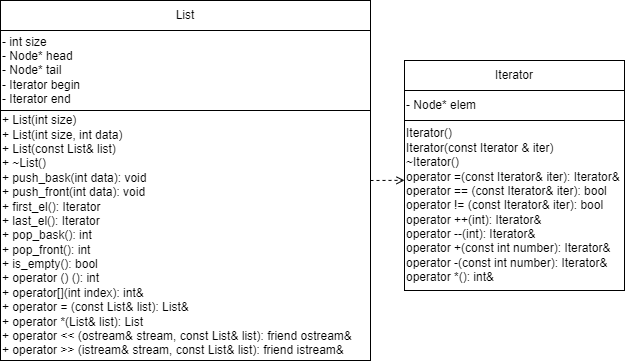
This is class_9/uml_9-3.drawio.png from SonyAkb/Laboratory-works-for-the-2-semester, a draw.io export, as it was before one commit. Source tidied: cells renumbered, new cells last; positions are measured from the earlier drawing's top-left corner, leaving out a move shared by most shapes.
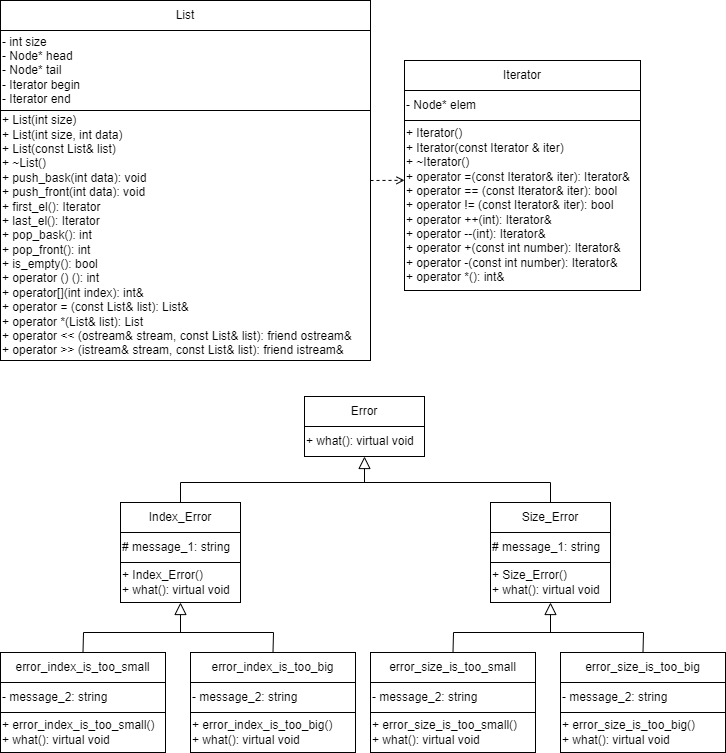
The same file after the commit.

Change to the diagram source:
```diff
@@ -12,18 +12,117 @@
       <mxGeometry y="110" width="370" height="250" as="geometry" />
     </mxCell>
     <mxCell id="5" value="Iterator" style="rounded=0;whiteSpace=wrap;html=1;" parent="1" vertex="1">
-      <mxGeometry x="404" y="60" width="220" height="30" as="geometry" />
+      <mxGeometry x="404" y="60" width="236" height="30" as="geometry" />
     </mxCell>
     <mxCell id="6" value="&lt;div&gt;-&amp;nbsp;&lt;span style=&quot;background-color: initial;&quot;&gt;Node* elem&lt;/span&gt;&lt;/div&gt;" style="rounded=0;whiteSpace=wrap;html=1;align=left;" parent="1" vertex="1">
-      <mxGeometry x="404" y="90" width="220" height="30" as="geometry" />
+      <mxGeometry x="404" y="90" width="236" height="30" as="geometry" />
     </mxCell>
-    <mxCell id="7" value="&lt;div&gt;Iterator()&lt;/div&gt;&lt;div&gt;Iterator(const Iterator &amp;amp; iter)&lt;/div&gt;&lt;div&gt;~Iterator()&amp;nbsp;&lt;/div&gt;&lt;div&gt;operator =(const Iterator&amp;amp; iter):&amp;nbsp;&lt;span style=&quot;background-color: initial;&quot;&gt;Iterator&amp;amp;&lt;/span&gt;&lt;span style=&quot;background-color: initial;&quot;&gt;&amp;nbsp;&lt;/span&gt;&lt;/div&gt;&lt;div&gt;operator == (const Iterator&amp;amp; iter):&amp;nbsp;&lt;span style=&quot;background-color: initial;&quot;&gt;bool&lt;/span&gt;&lt;span style=&quot;background-color: initial;&quot;&gt;&amp;nbsp;&lt;/span&gt;&lt;/div&gt;&lt;div&gt;operator != (const Iterator&amp;amp; iter):&amp;nbsp;&lt;span style=&quot;background-color: initial;&quot;&gt;bool&lt;/span&gt;&lt;span style=&quot;background-color: initial;&quot;&gt;&amp;nbsp;&lt;/span&gt;&lt;/div&gt;&lt;div&gt;operator ++(int):&amp;nbsp;&lt;span style=&quot;background-color: initial;&quot;&gt;Iterator&amp;amp;&lt;/span&gt;&lt;span style=&quot;background-color: initial;&quot;&gt;&amp;nbsp;&lt;/span&gt;&lt;/div&gt;&lt;div&gt;operator --(int):&amp;nbsp;&lt;span style=&quot;background-color: initial;&quot;&gt;Iterator&amp;amp;&lt;/span&gt;&lt;span style=&quot;background-color: initial;&quot;&gt;&amp;nbsp;&lt;/span&gt;&lt;/div&gt;&lt;div&gt;operator +(const int number):&amp;nbsp;&lt;span style=&quot;background-color: initial;&quot;&gt;Iterator&amp;amp;&lt;/span&gt;&lt;span style=&quot;background-color: initial;&quot;&gt;&amp;nbsp;&lt;/span&gt;&lt;/div&gt;&lt;div&gt;operator -(const int number):&amp;nbsp;&lt;span style=&quot;background-color: initial;&quot;&gt;Iterator&amp;amp;&lt;/span&gt;&lt;span style=&quot;background-color: initial;&quot;&gt;&amp;nbsp;&lt;/span&gt;&lt;/div&gt;&lt;div&gt;operator *():&amp;nbsp;&lt;span style=&quot;background-color: initial;&quot;&gt;int&amp;amp;&lt;/span&gt;&lt;span style=&quot;background-color: initial;&quot;&gt;&amp;nbsp;&lt;/span&gt;&lt;/div&gt;" style="rounded=0;whiteSpace=wrap;html=1;align=left;" parent="1" vertex="1">
-      <mxGeometry x="404" y="120" width="220" height="170" as="geometry" />
+    <mxCell id="7" value="&lt;div&gt;+ Iterator()&lt;/div&gt;&lt;div&gt;+ Iterator(const Iterator &amp;amp; iter)&lt;/div&gt;&lt;div&gt;+ ~Iterator()&amp;nbsp;&lt;/div&gt;&lt;div&gt;+ operator =(const Iterator&amp;amp; iter):&amp;nbsp;&lt;span style=&quot;background-color: initial;&quot;&gt;Iterator&amp;amp;&lt;/span&gt;&lt;span style=&quot;background-color: initial;&quot;&gt;&amp;nbsp;&lt;/span&gt;&lt;/div&gt;&lt;div&gt;+ operator == (const Iterator&amp;amp; iter):&amp;nbsp;&lt;span style=&quot;background-color: initial;&quot;&gt;bool&lt;/span&gt;&lt;span style=&quot;background-color: initial;&quot;&gt;&amp;nbsp;&lt;/span&gt;&lt;/div&gt;&lt;div&gt;+ operator != (const Iterator&amp;amp; iter):&amp;nbsp;&lt;span style=&quot;background-color: initial;&quot;&gt;bool&lt;/span&gt;&lt;span style=&quot;background-color: initial;&quot;&gt;&amp;nbsp;&lt;/span&gt;&lt;/div&gt;&lt;div&gt;+ operator ++(int):&amp;nbsp;&lt;span style=&quot;background-color: initial;&quot;&gt;Iterator&amp;amp;&lt;/span&gt;&lt;span style=&quot;background-color: initial;&quot;&gt;&amp;nbsp;&lt;/span&gt;&lt;/div&gt;&lt;div&gt;+ operator --(int):&amp;nbsp;&lt;span style=&quot;background-color: initial;&quot;&gt;Iterator&amp;amp;&lt;/span&gt;&lt;span style=&quot;background-color: initial;&quot;&gt;&amp;nbsp;&lt;/span&gt;&lt;/div&gt;&lt;div&gt;+ operator +(const int number):&amp;nbsp;&lt;span style=&quot;background-color: initial;&quot;&gt;Iterator&amp;amp;&lt;/span&gt;&lt;span style=&quot;background-color: initial;&quot;&gt;&amp;nbsp;&lt;/span&gt;&lt;/div&gt;&lt;div&gt;+ operator -(const int number):&amp;nbsp;&lt;span style=&quot;background-color: initial;&quot;&gt;Iterator&amp;amp;&lt;/span&gt;&lt;span style=&quot;background-color: initial;&quot;&gt;&amp;nbsp;&lt;/span&gt;&lt;/div&gt;&lt;div&gt;+ operator *():&amp;nbsp;&lt;span style=&quot;background-color: initial;&quot;&gt;int&amp;amp;&lt;/span&gt;&lt;span style=&quot;background-color: initial;&quot;&gt;&amp;nbsp;&lt;/span&gt;&lt;/div&gt;" style="rounded=0;whiteSpace=wrap;html=1;align=left;" parent="1" vertex="1">
+      <mxGeometry x="404" y="120" width="236" height="170" as="geometry" />
     </mxCell>
     <mxCell id="8" style="endArrow=open;html=1;rounded=0;dashed=1;endFill=0;entryX=0;entryY=0.352;entryDx=0;entryDy=0;entryPerimeter=0;" parent="1" edge="1" target="7">
       <mxGeometry relative="1" as="geometry">
         <mxPoint x="370" y="180" as="sourcePoint" />
       </mxGeometry>
     </mxCell>
+    <mxCell id="9" value="Error" style="rounded=0;whiteSpace=wrap;html=1;" parent="1" vertex="1">
+      <mxGeometry x="304" y="396" width="120" height="30" as="geometry" />
+    </mxCell>
+    <mxCell id="10" value="&lt;div&gt;+ what():&amp;nbsp;&lt;span style=&quot;background-color: initial;&quot;&gt;virtual void&lt;/span&gt;&lt;span style=&quot;background-color: initial;&quot;&gt;&amp;nbsp;&lt;/span&gt;&lt;/div&gt;" style="rounded=0;whiteSpace=wrap;html=1;align=left;" parent="1" vertex="1">
+      <mxGeometry x="304" y="426" width="120" height="30" as="geometry" />
+    </mxCell>
+    <mxCell id="11" value="Index_Error" style="rounded=0;whiteSpace=wrap;html=1;" parent="1" vertex="1">
+      <mxGeometry x="120" y="502" width="120" height="30" as="geometry" />
+    </mxCell>
+    <mxCell id="12" value="# message_1: string&amp;nbsp;" style="rounded=0;whiteSpace=wrap;html=1;align=left;" parent="1" vertex="1">
+      <mxGeometry x="120" y="532" width="120" height="30" as="geometry" />
+    </mxCell>
+    <mxCell id="13" value="+&amp;nbsp;Index_Error()&lt;div&gt;+ what():&amp;nbsp;&lt;span style=&quot;background-color: initial;&quot;&gt;virtual void&lt;/span&gt;&lt;span style=&quot;background-color: initial;&quot;&gt;&amp;nbsp;&lt;/span&gt;&lt;/div&gt;" style="rounded=0;whiteSpace=wrap;html=1;align=left;" parent="1" vertex="1">
+      <mxGeometry x="120" y="562" width="120" height="40" as="geometry" />
+    </mxCell>
+    <mxCell id="14" value="error_index_is_too_small" style="rounded=0;whiteSpace=wrap;html=1;" parent="1" vertex="1">
+      <mxGeometry y="652" width="165" height="30" as="geometry" />
+    </mxCell>
+    <mxCell id="15" value="- message_2: string&amp;nbsp;" style="rounded=0;whiteSpace=wrap;html=1;align=left;" parent="1" vertex="1">
+      <mxGeometry y="682" width="165" height="30" as="geometry" />
+    </mxCell>
+    <mxCell id="16" value="+&amp;nbsp;error_index_is_too_small()&lt;div&gt;+ what():&amp;nbsp;&lt;span style=&quot;background-color: initial;&quot;&gt;virtual void&lt;/span&gt;&lt;span style=&quot;background-color: initial;&quot;&gt;&amp;nbsp;&lt;/span&gt;&lt;/div&gt;" style="rounded=0;whiteSpace=wrap;html=1;align=left;" parent="1" vertex="1">
+      <mxGeometry y="712" width="165" height="40" as="geometry" />
+    </mxCell>
+    <mxCell id="17" value="error_index_is_too_big" style="rounded=0;whiteSpace=wrap;html=1;" parent="1" vertex="1">
+      <mxGeometry x="190" y="652" width="165" height="30" as="geometry" />
+    </mxCell>
+    <mxCell id="18" value="- message_2: string&amp;nbsp;" style="rounded=0;whiteSpace=wrap;html=1;align=left;" parent="1" vertex="1">
+      <mxGeometry x="190" y="682" width="165" height="30" as="geometry" />
+    </mxCell>
+    <mxCell id="19" value="+&amp;nbsp;error_index_is_too_big()&lt;div&gt;+ what():&amp;nbsp;&lt;span style=&quot;background-color: initial;&quot;&gt;virtual void&lt;/span&gt;&lt;span style=&quot;background-color: initial;&quot;&gt;&amp;nbsp;&lt;/span&gt;&lt;/div&gt;" style="rounded=0;whiteSpace=wrap;html=1;align=left;" parent="1" vertex="1">
+      <mxGeometry x="190" y="712" width="165" height="40" as="geometry" />
+    </mxCell>
+    <mxCell id="20" style="endArrow=none;html=1;rounded=0;exitX=0.5;exitY=0;exitDx=0;exitDy=0;entryX=0.5;entryY=0;entryDx=0;entryDy=0;" parent="1" edge="1" source="14" target="17">
+      <mxGeometry relative="1" as="geometry">
+        <Array as="points">
+          <mxPoint x="83" y="632" />
+          <mxPoint x="273" y="632" />
+        </Array>
+      </mxGeometry>
+    </mxCell>
+    <mxCell id="21" style="endArrow=block;html=1;rounded=0;endFill=0;startSize=6;endSize=10;entryX=0.5;entryY=1;entryDx=0;entryDy=0;" parent="1" edge="1" target="13">
+      <mxGeometry relative="1" as="geometry">
+        <mxPoint x="180" y="632" as="sourcePoint" />
+      </mxGeometry>
+    </mxCell>
+    <mxCell id="22" value="Size_Error" style="rounded=0;whiteSpace=wrap;html=1;" parent="1" vertex="1">
+      <mxGeometry x="490" y="502" width="120" height="30" as="geometry" />
+    </mxCell>
+    <mxCell id="23" value="# message_1: string&amp;nbsp;" style="rounded=0;whiteSpace=wrap;html=1;align=left;" parent="1" vertex="1">
+      <mxGeometry x="490" y="532" width="120" height="30" as="geometry" />
+    </mxCell>
+    <mxCell id="24" value="+&amp;nbsp;Size_Error()&lt;div&gt;+ what():&amp;nbsp;&lt;span style=&quot;background-color: initial;&quot;&gt;virtual void&lt;/span&gt;&lt;span style=&quot;background-color: initial;&quot;&gt;&amp;nbsp;&lt;/span&gt;&lt;/div&gt;" style="rounded=0;whiteSpace=wrap;html=1;align=left;" parent="1" vertex="1">
+      <mxGeometry x="490" y="562" width="120" height="40" as="geometry" />
+    </mxCell>
+    <mxCell id="25" value="error_size_is_too_small" style="rounded=0;whiteSpace=wrap;html=1;" parent="1" vertex="1">
+      <mxGeometry x="370" y="652" width="165" height="30" as="geometry" />
+    </mxCell>
+    <mxCell id="26" value="- message_2: string&amp;nbsp;" style="rounded=0;whiteSpace=wrap;html=1;align=left;" parent="1" vertex="1">
+      <mxGeometry x="370" y="682" width="165" height="30" as="geometry" />
+    </mxCell>
+    <mxCell id="27" value="+&amp;nbsp;error_size_is_too_small()&lt;div&gt;+ what():&amp;nbsp;&lt;span style=&quot;background-color: initial;&quot;&gt;virtual void&lt;/span&gt;&lt;span style=&quot;background-color: initial;&quot;&gt;&amp;nbsp;&lt;/span&gt;&lt;/div&gt;" style="rounded=0;whiteSpace=wrap;html=1;align=left;" parent="1" vertex="1">
+      <mxGeometry x="370" y="712" width="165" height="40" as="geometry" />
+    </mxCell>
+    <mxCell id="28" value="error_size_is_too_big" style="rounded=0;whiteSpace=wrap;html=1;" parent="1" vertex="1">
+      <mxGeometry x="560" y="652" width="165" height="30" as="geometry" />
+    </mxCell>
+    <mxCell id="29" value="- message_2: string&amp;nbsp;" style="rounded=0;whiteSpace=wrap;html=1;align=left;" parent="1" vertex="1">
+      <mxGeometry x="560" y="682" width="165" height="30" as="geometry" />
+    </mxCell>
+    <mxCell id="30" value="+&amp;nbsp;error_size_is_too_big()&lt;div&gt;+ what():&amp;nbsp;&lt;span style=&quot;background-color: initial;&quot;&gt;virtual void&lt;/span&gt;&lt;span style=&quot;background-color: initial;&quot;&gt;&amp;nbsp;&lt;/span&gt;&lt;/div&gt;" style="rounded=0;whiteSpace=wrap;html=1;align=left;" parent="1" vertex="1">
+      <mxGeometry x="560" y="712" width="165" height="40" as="geometry" />
+    </mxCell>
+    <mxCell id="31" style="endArrow=none;html=1;rounded=0;exitX=0.5;exitY=0;exitDx=0;exitDy=0;entryX=0.5;entryY=0;entryDx=0;entryDy=0;" parent="1" edge="1" source="25" target="28">
+      <mxGeometry relative="1" as="geometry">
+        <Array as="points">
+          <mxPoint x="453" y="632" />
+          <mxPoint x="643" y="632" />
+        </Array>
+      </mxGeometry>
+    </mxCell>
+    <mxCell id="32" style="endArrow=block;html=1;rounded=0;endFill=0;startSize=6;endSize=10;entryX=0.5;entryY=1;entryDx=0;entryDy=0;" parent="1" edge="1" target="24">
+      <mxGeometry relative="1" as="geometry">
+        <mxPoint x="550" y="632" as="sourcePoint" />
+      </mxGeometry>
+    </mxCell>
+    <mxCell id="33" style="endArrow=none;html=1;rounded=0;exitX=0.5;exitY=0;exitDx=0;exitDy=0;entryX=0.5;entryY=0;entryDx=0;entryDy=0;" parent="1" edge="1" source="11" target="22">
+      <mxGeometry relative="1" as="geometry">
+        <Array as="points">
+          <mxPoint x="180" y="482" />
+          <mxPoint x="550" y="482" />
+        </Array>
+      </mxGeometry>
+    </mxCell>
+    <mxCell id="34" style="endArrow=block;html=1;rounded=0;endFill=0;startSize=6;endSize=10;entryX=0.5;entryY=1;entryDx=0;entryDy=0;" parent="1" edge="1" target="10">
+      <mxGeometry relative="1" as="geometry">
+        <mxPoint x="364" y="482" as="sourcePoint" />
+      </mxGeometry>
+    </mxCell>
   </root>
 </mxGraphModel>
```
